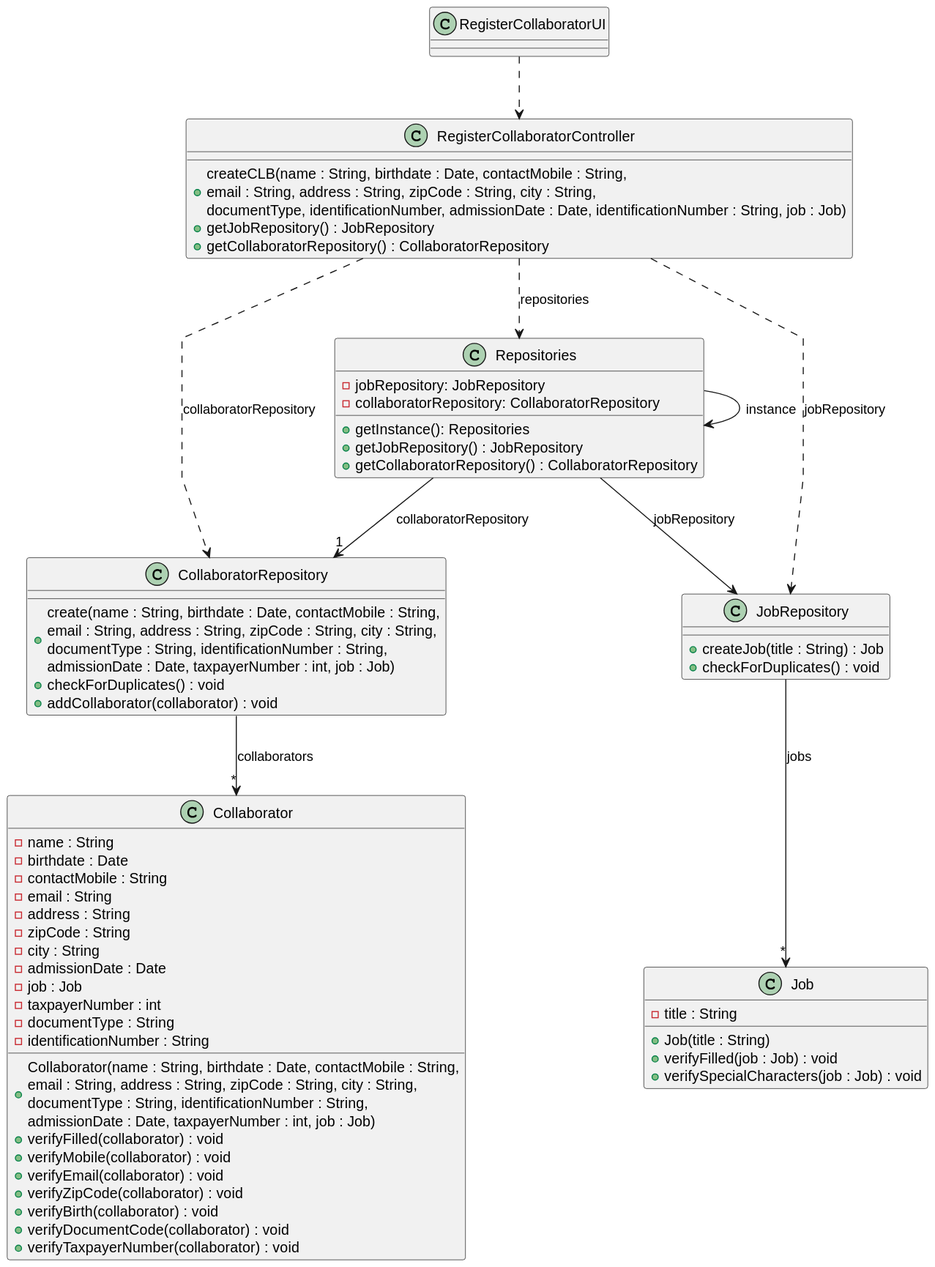
The PlantUML diagram docs/sprintB/us003/03.design/svg/us003-class-diagram.svg in ricardomm7/leaflink, before a commit. Source of this version:
```plantuml
@startuml
skinparam packageStyle rectangle
skinparam shadowing false
skinparam linetype polyline


class RegisterCollaboratorUI {
}

class RegisterCollaboratorController {
    + createCLB(name : String, birthdate : Date, contactMobile : String,\nemail : String, address : String, zipCode : String, city : String,\ndocumentType, identificationNumber, admissionDate : Date, identificationNumber : String, job : Job)
    + getJobRepository() : JobRepository
    + getCollaboratorRepository() : CollaboratorRepository

}

class Repositories {
    -jobRepository: JobRepository
    -collaboratorRepository: CollaboratorRepository

    + getInstance(): Repositories
    +getJobRepository() : JobRepository
    +getCollaboratorRepository() : CollaboratorRepository
}

class CollaboratorRepository {
    + create(name : String, birthdate : Date, contactMobile : String,\nemail : String, address : String, zipCode : String, city : String,\ndocumentType : String, identificationNumber : String, \nadmissionDate : Date, taxpayerNumber : int, job : Job)
    + checkForDuplicates() : void
    + addCollaborator(collaborator) : void

}

class JobRepository {
    +createJob(title : String) : Job
    +checkForDuplicates() : void
}

class Collaborator {
    - name : String
    - birthdate : Date
    - contactMobile : String
    - email : String
    - address : String
    - zipCode : String
    - city : String
    - admissionDate : Date
    - job : Job
    - taxpayerNumber : int
    + Collaborator(name : String, birthdate : Date, contactMobile : String,\nemail : String, address : String, zipCode : String, city : String,\ndocumentType : String, identificationNumber : String, \nadmissionDate : Date, taxpayerNumber : int, job : Job)
    + verifyFilled(collaborator) : void
    + verifyMobile(collaborator) : void
    + verifyEmail(collaborator) : void
    + verifyZipCode(collaborator) : void
    + verifyBirth(collaborator) : void
    + verifyDocumentCode(collaborator) : void
    + verifyTaxpayerNumber(collaborator) : void
    - documentType : String
    - identificationNumber : String
}

class Job {
    - title : String
    + Job(title : String)
    +verifyFilled(job : Job) : void
    +verifySpecialCharacters(job : Job) : void
}



RegisterCollaboratorUI ..> RegisterCollaboratorController
RegisterCollaboratorController ..> Repositories : repositories
Repositories --> Repositories : instance
Repositories --> JobRepository : jobRepository
Repositories --> "1"CollaboratorRepository : collaboratorRepository
CollaboratorRepository --> "*" Collaborator : collaborators
RegisterCollaboratorController ..> CollaboratorRepository : collaboratorRepository
RegisterCollaboratorController ..> JobRepository : jobRepository
JobRepository --> "*" Job : jobs
@enduml
```
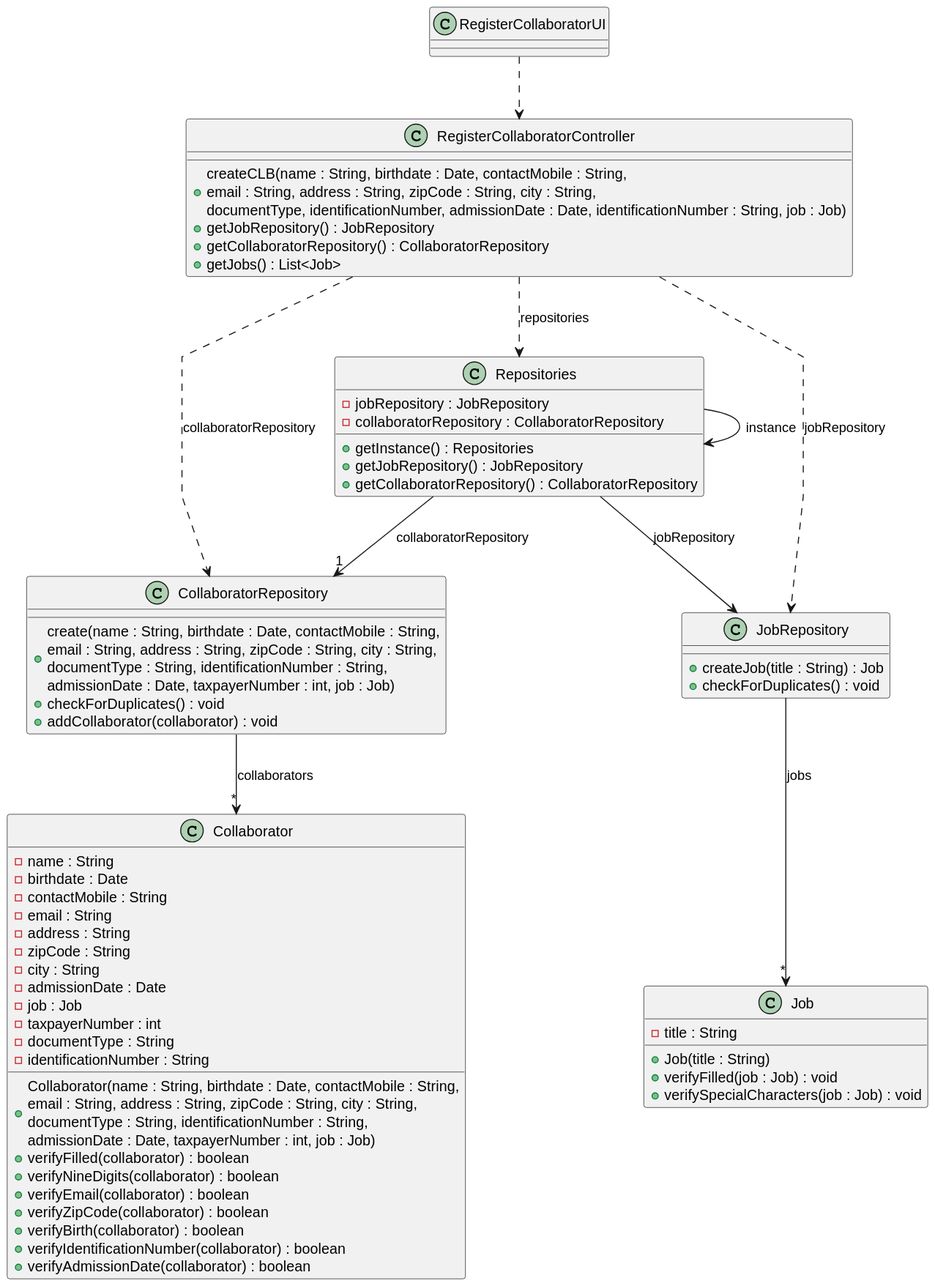
After the commit.

Diff of the diagram source:
```diff
@@ -11,14 +11,14 @@
     + createCLB(name : String, birthdate : Date, contactMobile : String,\nemail : String, address : String, zipCode : String, city : String,\ndocumentType, identificationNumber, admissionDate : Date, identificationNumber : String, job : Job)
     + getJobRepository() : JobRepository
     + getCollaboratorRepository() : CollaboratorRepository
-
+    + getJobs() : List<Job>
 }
 
 class Repositories {
-    -jobRepository: JobRepository
-    -collaboratorRepository: CollaboratorRepository
+    -jobRepository : JobRepository
+    -collaboratorRepository : CollaboratorRepository
 
-    + getInstance(): Repositories
+    + getInstance() : Repositories
     +getJobRepository() : JobRepository
     +getCollaboratorRepository() : CollaboratorRepository
 }
@@ -47,13 +47,13 @@
     - job : Job
     - taxpayerNumber : int
     + Collaborator(name : String, birthdate : Date, contactMobile : String,\nemail : String, address : String, zipCode : String, city : String,\ndocumentType : String, identificationNumber : String, \nadmissionDate : Date, taxpayerNumber : int, job : Job)
-    + verifyFilled(collaborator) : void
-    + verifyMobile(collaborator) : void
-    + verifyEmail(collaborator) : void
-    + verifyZipCode(collaborator) : void
-    + verifyBirth(collaborator) : void
-    + verifyDocumentCode(collaborator) : void
-    + verifyTaxpayerNumber(collaborator) : void
+    + verifyFilled(collaborator) : boolean
+    + verifyNineDigits(collaborator) : boolean
+    + verifyEmail(collaborator) : boolean
+    + verifyZipCode(collaborator) : boolean
+    + verifyBirth(collaborator) : boolean
+    + verifyIdentificationNumber(collaborator) : boolean
+    + verifyAdmissionDate(collaborator) : boolean
     - documentType : String
     - identificationNumber : String
 }
```
